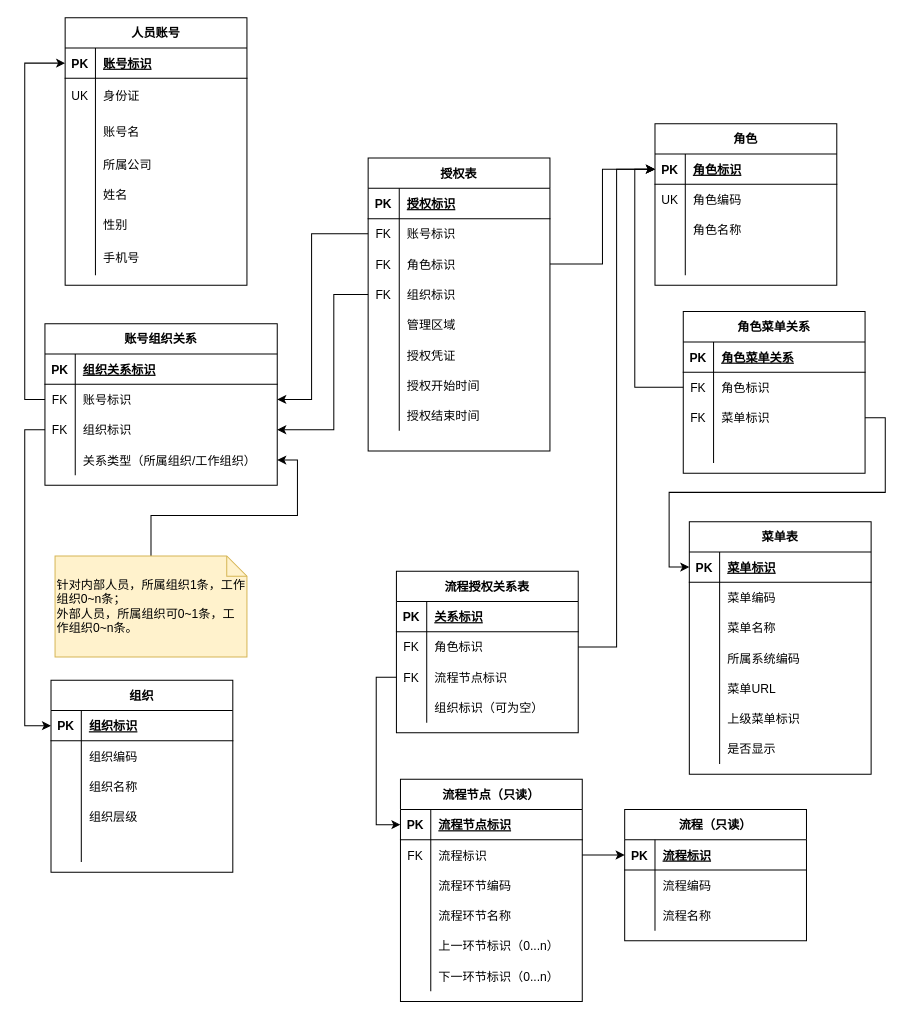
Earlier version of the draw.io diagram page "授权设计-当前" (1 of 7) of 4A基本数模型.drawio (158698706/tt4a). Source tidied: cells renumbered, new cells numbered last; positions are measured from the earlier drawing's top-left corner, leaving out a move shared by most shapes. Both pictures are drawn from the tidied source at 101%, with x=0, y=0 at pixel (44, 17).
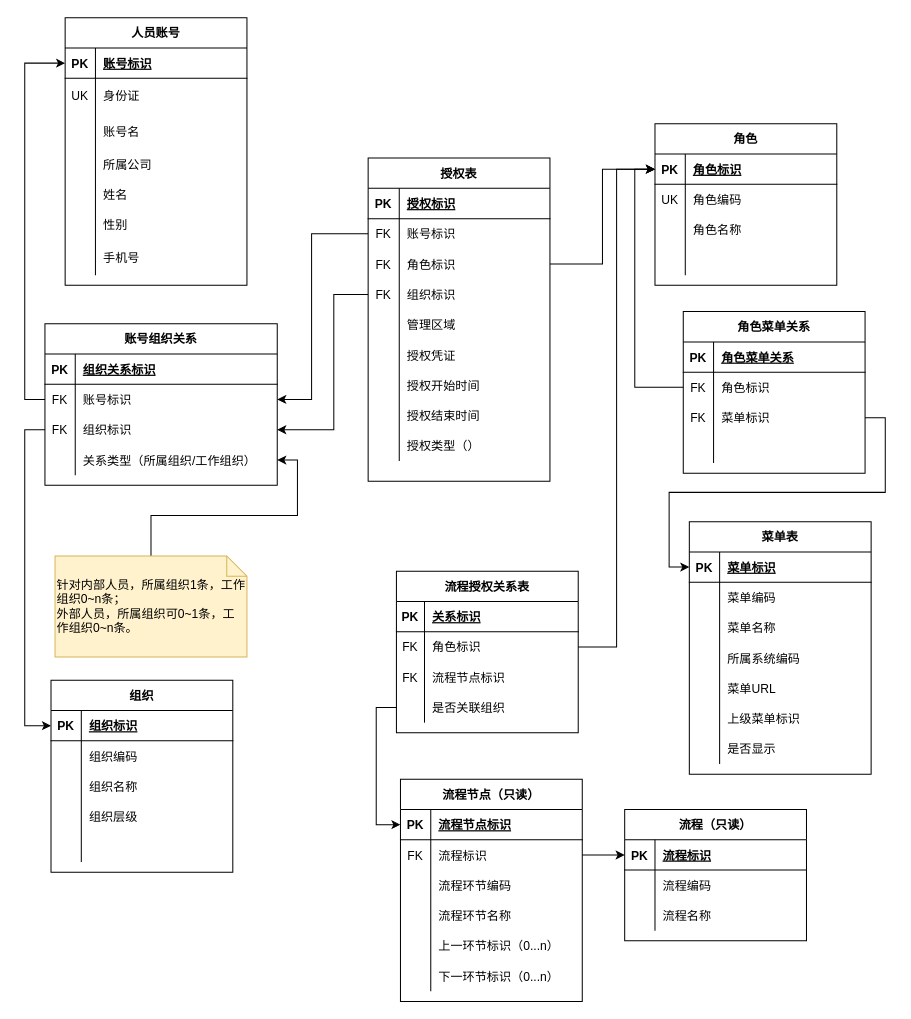
The same diagram, later.

Commit message (it also covers changes not shown here):
更新4A基本数模型.drawio

The change refers to these unchanged cells:
```xml
<mxCell id="119" value="流程授权关系表" style="shape=table;startSize=30;childLayout=tableLayout;rowLines=0;fontStyle=1;align=center;" parent="1" vertex="1">
  <mxGeometry x="348" y="548" width="180" height="160" as="geometry" />
</mxCell>
<mxCell id="120" style="shape=tableRow;horizontal=0;startSize=0;swimlaneHead=0;swimlaneBody=0;fillColor=none;top=0;left=0;right=0;bottom=1;" parent="119" vertex="1">
  <mxGeometry y="30" width="180" height="30" as="geometry" />
</mxCell>
<mxCell id="123" style="shape=tableRow;horizontal=0;startSize=0;swimlaneHead=0;swimlaneBody=0;fillColor=none;points=[[0,0.5],[1,0.5]];portConstraint=eastwest;top=0;left=0;right=0;bottom=0;" parent="119" vertex="1">
  <mxGeometry y="60" width="180" height="30" as="geometry" />
</mxCell>
```

Diff of the diagram source:
```diff
@@
     <mxCell id="37" value="授权表" style="shape=table;startSize=30;childLayout=tableLayout;rowLines=0;fontStyle=1;align=center;" parent="1" vertex="1">
-      <mxGeometry x="320" y="139" width="180" height="290" as="geometry" />
+      <mxGeometry x="320" y="139" width="180" height="320" as="geometry" />
     </mxCell>
@@
+    <mxCell id="180" style="shape=tableRow;horizontal=0;startSize=0;swimlaneHead=0;swimlaneBody=0;fillColor=none;top=0;left=0;right=0;bottom=0;" parent="37" vertex="1">
+      <mxGeometry y="270" width="180" height="30" as="geometry" />
+    </mxCell>
+    <mxCell id="181" style="shape=partialRectangle;fillColor=none;top=0;left=0;bottom=0;right=0;overflow=hidden;" parent="180" vertex="1">
+      <mxGeometry width="30.8" height="30" as="geometry" />
+    </mxCell>
+    <mxCell id="182" value="授权类型（）" style="shape=partialRectangle;fillColor=none;top=0;left=0;bottom=0;right=0;align=left;spacingLeft=6;overflow=hidden;" parent="180" vertex="1">
+      <mxGeometry x="30.8" width="149.2" height="30" as="geometry" />
+    </mxCell>
@@
     <mxCell id="121" value="PK" style="shape=partialRectangle;fillColor=none;top=0;left=0;bottom=0;right=0;fontStyle=1;overflow=hidden;" parent="120" vertex="1">
-      <mxGeometry width="30" height="30" as="geometry" />
+      <mxGeometry width="27.8" height="30" as="geometry" />
     </mxCell>
     <mxCell id="122" value="关系标识" style="shape=partialRectangle;fillColor=none;top=0;left=0;bottom=0;right=0;align=left;spacingLeft=6;fontStyle=5;overflow=hidden;" parent="120" vertex="1">
-      <mxGeometry x="30" width="150" height="30" as="geometry" />
+      <mxGeometry x="27.8" width="152.2" height="30" as="geometry" />
     </mxCell>
@@
     <mxCell id="124" value="FK" style="shape=partialRectangle;fillColor=none;top=0;left=0;bottom=0;right=0;overflow=hidden;" parent="123" vertex="1">
-      <mxGeometry width="30" height="30" as="geometry" />
+      <mxGeometry width="27.8" height="30" as="geometry" />
     </mxCell>
     <mxCell id="125" value="角色标识" style="shape=partialRectangle;fillColor=none;top=0;left=0;bottom=0;right=0;align=left;spacingLeft=6;overflow=hidden;" parent="123" vertex="1">
-      <mxGeometry x="30" width="150" height="30" as="geometry" />
+      <mxGeometry x="27.8" width="152.2" height="30" as="geometry" />
     </mxCell>
+    <mxCell id="183" style="shape=tableRow;horizontal=0;startSize=0;swimlaneHead=0;swimlaneBody=0;fillColor=none;top=0;left=0;right=0;bottom=0;" parent="119" vertex="1">
+      <mxGeometry y="90" width="180" height="30" as="geometry" />
+    </mxCell>
+    <mxCell id="184" value="FK" style="shape=partialRectangle;fillColor=none;top=0;left=0;bottom=0;right=0;overflow=hidden;" parent="183" vertex="1">
+      <mxGeometry width="27.8" height="30" as="geometry" />
+    </mxCell>
+    <mxCell id="185" value="流程节点标识" style="shape=partialRectangle;fillColor=none;top=0;left=0;bottom=0;right=0;align=left;spacingLeft=6;overflow=hidden;" parent="183" vertex="1">
+      <mxGeometry x="27.8" width="152.2" height="30" as="geometry" />
+    </mxCell>
     <mxCell id="126" style="shape=tableRow;horizontal=0;startSize=0;swimlaneHead=0;swimlaneBody=0;fillColor=none;points=[[0,0.5],[1,0.5]];portConstraint=eastwest;top=0;left=0;right=0;bottom=0;" parent="119" vertex="1">
-      <mxGeometry y="90" width="180" height="30" as="geometry" />
+      <mxGeometry y="120" width="180" height="30" as="geometry" />
     </mxCell>
-    <mxCell id="127" value="FK" style="shape=partialRectangle;fillColor=none;top=0;left=0;bottom=0;right=0;overflow=hidden;" parent="126" vertex="1">
-      <mxGeometry width="30" height="30" as="geometry" />
+    <mxCell id="127" style="shape=partialRectangle;fillColor=none;top=0;left=0;bottom=0;right=0;overflow=hidden;" parent="126" vertex="1">
+      <mxGeometry width="27.8" height="30" as="geometry" />
     </mxCell>
-    <mxCell id="128" value="流程节点标识" style="shape=partialRectangle;fillColor=none;top=0;left=0;bottom=0;right=0;align=left;spacingLeft=6;overflow=hidden;" parent="126" vertex="1">
-      <mxGeometry x="30" width="150" height="30" as="geometry" />
+    <mxCell id="128" value="是否关联组织" style="shape=partialRectangle;fillColor=none;top=0;left=0;bottom=0;right=0;align=left;spacingLeft=6;overflow=hidden;" parent="126" vertex="1">
+      <mxGeometry x="27.8" width="152.2" height="30" as="geometry" />
     </mxCell>
-    <mxCell id="129" style="shape=tableRow;horizontal=0;startSize=0;swimlaneHead=0;swimlaneBody=0;fillColor=none;top=0;left=0;right=0;bottom=0;" parent="119" vertex="1">
-      <mxGeometry y="120" width="180" height="30" as="geometry" />
-    </mxCell>
-    <mxCell id="130" style="shape=partialRectangle;fillColor=none;top=0;left=0;bottom=0;right=0;overflow=hidden;" parent="129" vertex="1">
-      <mxGeometry width="30" height="30" as="geometry" />
-    </mxCell>
-    <mxCell id="131" value="组织标识（可为空）" style="shape=partialRectangle;fillColor=none;top=0;left=0;bottom=0;right=0;align=left;spacingLeft=6;overflow=hidden;" parent="129" vertex="1">
-      <mxGeometry x="30" width="150" height="30" as="geometry" />
-    </mxCell>
```
